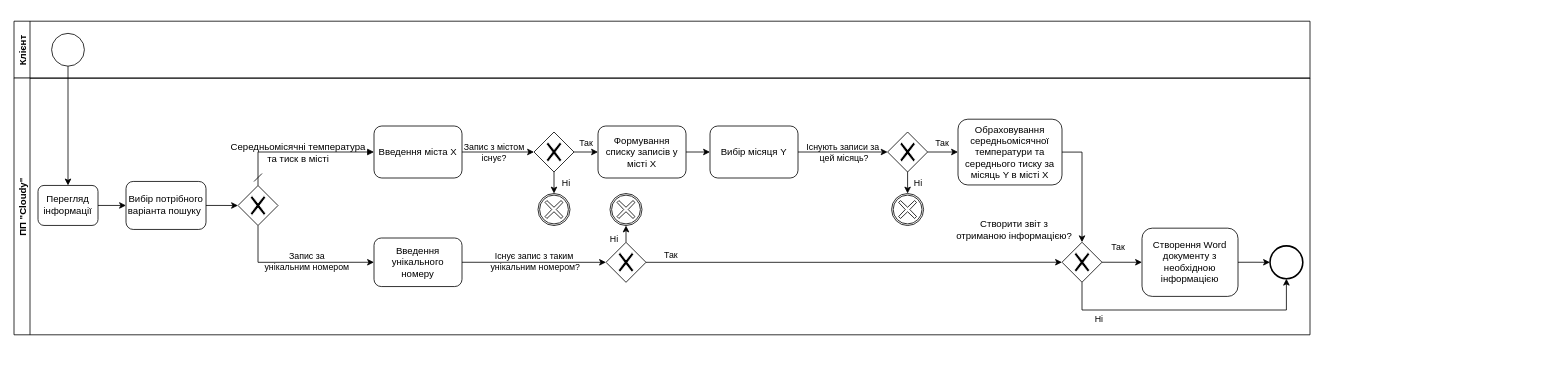
Before: page "BPMN" (1 of 2) of BPMN i IDEF0.drawio in godlyfrenemy/Cloudy, a draw.io diagram. Source tidied: cells renumbered, new cells numbered last; positions are measured from the earlier drawing's top-left corner, leaving out a move shared by most shapes. Both pictures are drawn from the tidied source at 80%, with x=0, y=0 at pixel (14, 14).
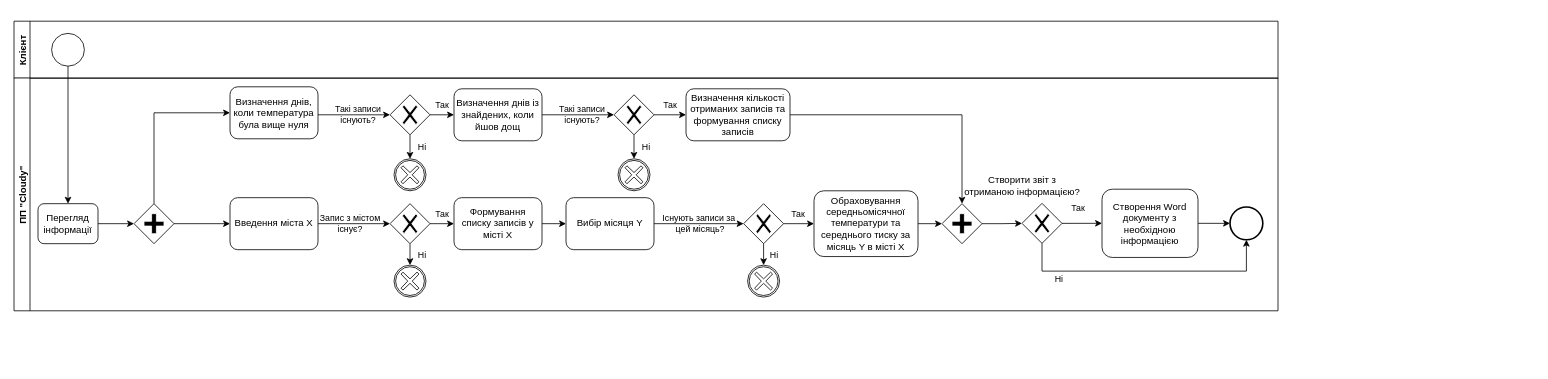
The same diagram, later.

Commit message (it also covers changes not shown here):
Corrected info

The change refers to these unchanged cells:
```xml
<mxCell id="4" style="ellipse;whiteSpace=wrap;html=1;" parent="3" vertex="1">
  <mxGeometry x="47" y="15.2" width="41" height="41" as="geometry" />
</mxCell>
```

Diff of the diagram source:
```diff
@@
     <mxCell id="2" style="group;" parent="1" vertex="1">
-      <mxGeometry y="-0.3" width="1900" height="420" as="geometry" />
+      <mxGeometry y="-0.3" width="1900" height="439.6" as="geometry" />
     </mxCell>
     <mxCell id="3" value="Клієнт" style="swimlane;startSize=20;horizontal=0;" parent="2" vertex="1">
-      <mxGeometry y="9.3" width="1620" height="71.3" as="geometry" />
+      <mxGeometry y="9.3" width="1580" height="71.3" as="geometry" />
     </mxCell>
@@
-    <mxCell id="5" value="Ні" style="edgeStyle=orthogonalEdgeStyle;rounded=0;jettySize=auto;html=1;exitX=0.5;exitY=0;exitDx=0;exitDy=0;entryX=0.5;entryY=1;entryDx=0;entryDy=0;labelBackgroundColor=none;" parent="2" edge="1" source="6" target="7">
-      <mxGeometry x="-0.59" y="15" relative="1" as="geometry" />
-    </mxCell>
-    <mxCell id="6" style="shape=mxgraph.bpmn.shape;html=1;verticalLabelPosition=bottom;labelBackgroundColor=#ffffff;verticalAlign=top;align=center;perimeter=rhombusPerimeter;background=gateway;outlineConnect=0;outline=none;symbol=exclusiveGw;" parent="2" vertex="1">
-      <mxGeometry x="740" y="285.7" width="50" height="50" as="geometry" />
-    </mxCell>
-    <mxCell id="7" style="shape=mxgraph.bpmn.shape;html=1;verticalLabelPosition=bottom;labelBackgroundColor=#ffffff;verticalAlign=top;align=center;perimeter=ellipsePerimeter;outlineConnect=0;outline=boundInt;symbol=cancel;" parent="2" vertex="1">
-      <mxGeometry x="745" y="224.7" width="40" height="40" as="geometry" />
-    </mxCell>
     <mxCell id="8" style="shape=mxgraph.bpmn.shape;html=1;verticalLabelPosition=bottom;labelBackgroundColor=#ffffff;verticalAlign=top;align=center;perimeter=rhombusPerimeter;background=gateway;outlineConnect=0;outline=none;symbol=exclusiveGw;" parent="2" vertex="1">
-      <mxGeometry x="1092" y="147.8" width="50" height="50" as="geometry" />
+      <mxGeometry x="912" y="237.4" width="50" height="50" as="geometry" />
     </mxCell>
     <mxCell id="9" style="shape=mxgraph.bpmn.shape;html=1;verticalLabelPosition=bottom;labelBackgroundColor=#ffffff;verticalAlign=top;align=center;perimeter=ellipsePerimeter;outlineConnect=0;outline=boundInt;symbol=cancel;" parent="2" vertex="1">
-      <mxGeometry x="1097" y="224.7" width="40" height="40" as="geometry" />
+      <mxGeometry x="917" y="314.2" width="40" height="40" as="geometry" />
     </mxCell>
@@
     <mxCell id="11" value="Обраховування середньомісячної температури та середнього тиску за місяць Y в місті Х" style="shape=ext;rounded=1;html=1;whiteSpace=wrap;" parent="2" vertex="1">
-      <mxGeometry x="1180" y="131.8" width="130" height="82.2" as="geometry" />
+      <mxGeometry x="1000" y="221.3" width="130" height="82.2" as="geometry" />
     </mxCell>
@@
     <mxCell id="13" value="Створити звіт з &lt;br&gt;отриманою інформацією?" style="text;html=1;align=center;verticalAlign=middle;" parent="2" vertex="1">
-      <mxGeometry x="1170" y="255.7" width="160" height="30" as="geometry" />
+      <mxGeometry x="1180" y="199.9" width="160" height="30" as="geometry" />
     </mxCell>
-    <mxCell id="14" value="Середньомісячні температура &lt;br&gt;та тиск в місті" style="text;html=1;align=center;verticalAlign=middle;" parent="2" vertex="1">
-      <mxGeometry x="265" y="157.8" width="180" height="30" as="geometry" />
-    </mxCell>
-    <mxCell id="15" style="shape=mxgraph.bpmn.shape;html=1;verticalLabelPosition=bottom;labelBackgroundColor=#ffffff;verticalAlign=top;align=center;perimeter=rhombusPerimeter;background=gateway;outlineConnect=0;outline=none;symbol=exclusiveGw;" parent="2" vertex="1">
-      <mxGeometry x="280" y="214.7" width="50" height="50" as="geometry" />
-    </mxCell>
     <mxCell id="16" style="shape=mxgraph.bpmn.shape;html=1;verticalLabelPosition=bottom;labelBackgroundColor=#ffffff;verticalAlign=top;align=center;perimeter=rhombusPerimeter;background=gateway;outlineConnect=0;outline=none;symbol=exclusiveGw;" parent="2" vertex="1">
-      <mxGeometry x="650" y="147.8" width="50" height="50" as="geometry" />
+      <mxGeometry x="470" y="237.4" width="50" height="50" as="geometry" />
     </mxCell>
     <mxCell id="17" style="shape=mxgraph.bpmn.shape;html=1;verticalLabelPosition=bottom;labelBackgroundColor=#ffffff;verticalAlign=top;align=center;perimeter=ellipsePerimeter;outlineConnect=0;outline=boundInt;symbol=cancel;" parent="2" vertex="1">
-      <mxGeometry x="655" y="224.7" width="40" height="40" as="geometry" />
+      <mxGeometry x="475" y="314.2" width="40" height="40" as="geometry" />
     </mxCell>
@@
     <mxCell id="19" value="Формування списку записів у місті Х" style="shape=ext;rounded=1;html=1;whiteSpace=wrap;" parent="2" vertex="1">
-      <mxGeometry x="730" y="140.3" width="110" height="65" as="geometry" />
+      <mxGeometry x="550" y="229.9" width="110" height="65" as="geometry" />
     </mxCell>
@@
+    <mxCell id="44" style="edgeStyle=orthogonalEdgeStyle;rounded=0;jettySize=auto;html=1;exitX=0.5;exitY=0;exitDx=0;exitDy=0;entryX=0;entryY=0.5;entryDx=0;entryDy=0;" parent="2" edge="1" source="45" target="46">
+      <mxGeometry relative="1" as="geometry" />
+    </mxCell>
+    <mxCell id="45" style="shape=mxgraph.bpmn.shape;html=1;verticalLabelPosition=bottom;labelBackgroundColor=#ffffff;verticalAlign=top;align=center;perimeter=rhombusPerimeter;background=gateway;outlineConnect=0;outline=none;symbol=parallelGw;" parent="2" vertex="1">
+      <mxGeometry x="150" y="237.4" width="50" height="50" as="geometry" />
+    </mxCell>
+    <mxCell id="46" value="Визначення днів, коли температура була вище нуля" style="shape=ext;rounded=1;html=1;whiteSpace=wrap;" parent="2" vertex="1">
+      <mxGeometry x="270" y="91.3" width="110" height="65" as="geometry" />
+    </mxCell>
+    <mxCell id="47" value="Визначення днів із знайдених, коли йшов дощ" style="shape=ext;rounded=1;html=1;whiteSpace=wrap;" parent="2" vertex="1">
+      <mxGeometry x="550" y="93.8" width="110" height="65" as="geometry" />
+    </mxCell>
+    <mxCell id="48" style="shape=mxgraph.bpmn.shape;html=1;verticalLabelPosition=bottom;labelBackgroundColor=#ffffff;verticalAlign=top;align=center;perimeter=rhombusPerimeter;background=gateway;outlineConnect=0;outline=none;symbol=exclusiveGw;" parent="2" vertex="1">
+      <mxGeometry x="470" y="101.3" width="50" height="50" as="geometry" />
+    </mxCell>
+    <mxCell id="49" style="shape=mxgraph.bpmn.shape;html=1;verticalLabelPosition=bottom;labelBackgroundColor=#ffffff;verticalAlign=top;align=center;perimeter=ellipsePerimeter;outlineConnect=0;outline=boundInt;symbol=cancel;" parent="2" vertex="1">
+      <mxGeometry x="475" y="181.3" width="40" height="40" as="geometry" />
+    </mxCell>
+    <mxCell id="50" value="Ні" style="edgeStyle=orthogonalEdgeStyle;rounded=0;jettySize=auto;html=1;exitX=0.5;exitY=1;exitDx=0;exitDy=0;entryX=0.5;entryY=0;entryDx=0;entryDy=0;" parent="2" edge="1" source="48" target="49">
+      <mxGeometry x="0.01" y="15" relative="1" as="geometry" />
+    </mxCell>
+    <mxCell id="51" value="Так" style="edgeStyle=orthogonalEdgeStyle;rounded=0;jettySize=auto;html=1;exitX=1;exitY=0.5;exitDx=0;exitDy=0;" parent="2" edge="1" source="48">
+      <mxGeometry y="12" relative="1" as="geometry">
+        <mxPoint x="550" y="126.3" as="targetPoint" />
+      </mxGeometry>
+    </mxCell>
+    <mxCell id="52" value="Такі записи &lt;br&gt;існують?" style="edgeStyle=orthogonalEdgeStyle;rounded=0;jettySize=auto;html=1;exitX=1;exitY=0.5;exitDx=0;exitDy=0;entryX=0;entryY=0.5;entryDx=0;entryDy=0;labelBackgroundColor=none;" parent="2" edge="1" target="48">
+      <mxGeometry x="0.11" relative="1" as="geometry">
+        <mxPoint x="380" y="126.3" as="sourcePoint" />
+        <Array as="points">
+          <mxPoint x="440" y="126.8" />
+          <mxPoint x="440" y="126.8" />
+        </Array>
+      </mxGeometry>
+    </mxCell>
+    <mxCell id="53" style="shape=mxgraph.bpmn.shape;html=1;verticalLabelPosition=bottom;labelBackgroundColor=#ffffff;verticalAlign=top;align=center;perimeter=rhombusPerimeter;background=gateway;outlineConnect=0;outline=none;symbol=exclusiveGw;" parent="2" vertex="1">
+      <mxGeometry x="750" y="101.3" width="50" height="50" as="geometry" />
+    </mxCell>
+    <mxCell id="54" style="shape=mxgraph.bpmn.shape;html=1;verticalLabelPosition=bottom;labelBackgroundColor=#ffffff;verticalAlign=top;align=center;perimeter=ellipsePerimeter;outlineConnect=0;outline=boundInt;symbol=cancel;" parent="2" vertex="1">
+      <mxGeometry x="755" y="181.3" width="40" height="40" as="geometry" />
+    </mxCell>
+    <mxCell id="55" value="Ні" style="edgeStyle=orthogonalEdgeStyle;rounded=0;jettySize=auto;html=1;exitX=0.5;exitY=1;exitDx=0;exitDy=0;entryX=0.5;entryY=0;entryDx=0;entryDy=0;" parent="2" edge="1" source="53" target="54">
+      <mxGeometry x="0.01" y="15" relative="1" as="geometry" />
+    </mxCell>
+    <mxCell id="34" value="Так" style="edgeStyle=orthogonalEdgeStyle;rounded=0;jettySize=auto;html=1;exitX=1;exitY=0.5;exitDx=0;exitDy=0;entryX=0;entryY=0.5;entryDx=0;entryDy=0;" parent="2" edge="1" source="53" target="58">
+      <mxGeometry y="12" relative="1" as="geometry" />
+    </mxCell>
+    <mxCell id="56" value="Такі записи &lt;br&gt;існують?" style="edgeStyle=orthogonalEdgeStyle;rounded=0;jettySize=auto;html=1;exitX=1;exitY=0.5;exitDx=0;exitDy=0;entryX=0;entryY=0.5;entryDx=0;entryDy=0;labelBackgroundColor=none;" parent="2" edge="1" target="53">
+      <mxGeometry x="0.11" relative="1" as="geometry">
+        <mxPoint x="660" y="126.3" as="sourcePoint" />
+        <Array as="points">
+          <mxPoint x="720" y="126.8" />
+          <mxPoint x="720" y="126.8" />
+        </Array>
+      </mxGeometry>
+    </mxCell>
+    <mxCell id="57" style="edgeStyle=orthogonalEdgeStyle;rounded=0;jettySize=auto;html=1;exitX=1;exitY=0.5;exitDx=0;exitDy=0;entryX=0.5;entryY=0;entryDx=0;entryDy=0;" parent="2" edge="1" source="58" target="59">
+      <mxGeometry relative="1" as="geometry" />
+    </mxCell>
+    <mxCell id="58" value="Визначення кількості отриманих записів та формування списку записів" style="shape=ext;rounded=1;html=1;whiteSpace=wrap;" parent="2" vertex="1">
+      <mxGeometry x="840" y="93.8" width="130" height="65" as="geometry" />
+    </mxCell>
+    <mxCell id="59" style="shape=mxgraph.bpmn.shape;html=1;verticalLabelPosition=bottom;labelBackgroundColor=#ffffff;verticalAlign=top;align=center;perimeter=rhombusPerimeter;background=gateway;outlineConnect=0;outline=none;symbol=parallelGw;" parent="2" vertex="1">
+      <mxGeometry x="1160" y="237.4" width="50" height="50" as="geometry" />
+    </mxCell>
+    <mxCell id="36" style="edgeStyle=orthogonalEdgeStyle;rounded=0;jettySize=auto;html=1;exitX=1;exitY=0.5;exitDx=0;exitDy=0;entryX=0;entryY=0.5;entryDx=0;entryDy=0;" parent="2" edge="1" source="11" target="59">
+      <mxGeometry relative="1" as="geometry" />
+    </mxCell>
     <mxCell id="21" value="Створення Word документу з необхідною інформацією" style="shape=ext;rounded=1;html=1;whiteSpace=wrap;" parent="2" vertex="1">
-      <mxGeometry x="1410" y="268" width="120" height="85.3" as="geometry" />
+      <mxGeometry x="1360" y="219.3" width="120" height="85.3" as="geometry" />
     </mxCell>
     <mxCell id="22" style="ellipse;whiteSpace=wrap;html=1;strokeWidth=2;" parent="2" vertex="1">
-      <mxGeometry x="1570" y="290.2" width="41" height="41" as="geometry" />
+      <mxGeometry x="1520" y="241.5" width="41" height="41" as="geometry" />
     </mxCell>
@@
+    <mxCell id="31" style="shape=mxgraph.bpmn.shape;html=1;verticalLabelPosition=bottom;labelBackgroundColor=#ffffff;verticalAlign=top;align=center;perimeter=rhombusPerimeter;background=gateway;outlineConnect=0;outline=none;symbol=exclusiveGw;" parent="2" vertex="1">
+      <mxGeometry x="1260" y="237" width="50" height="50" as="geometry" />
+    </mxCell>
+    <mxCell id="42" value="Так" style="edgeStyle=orthogonalEdgeStyle;rounded=0;jettySize=auto;html=1;exitX=1;exitY=0.5;exitDx=0;exitDy=0;entryX=0;entryY=0.5;entryDx=0;entryDy=0;" parent="2" edge="1" source="31" target="21">
+      <mxGeometry x="-0.2" y="19" relative="1" as="geometry" />
+    </mxCell>
+    <mxCell id="43" value="Ні" style="edgeStyle=orthogonalEdgeStyle;rounded=0;jettySize=auto;html=1;exitX=0.5;exitY=1;exitDx=0;exitDy=0;entryX=0.5;entryY=1;entryDx=0;entryDy=0;" parent="2" edge="1" source="31" target="22">
+      <mxGeometry x="-0.66" y="-11" relative="1" as="geometry">
+        <Array as="points">
+          <mxPoint x="1285" y="321.7" />
+          <mxPoint x="1540" y="321.7" />
+        </Array>
+      </mxGeometry>
+    </mxCell>
+    <mxCell id="60" style="edgeStyle=orthogonalEdgeStyle;rounded=0;jettySize=auto;html=1;exitX=1;exitY=0.5;exitDx=0;exitDy=0;entryX=0;entryY=0.5;entryDx=0;entryDy=0;" parent="2" edge="1" source="59" target="31">
+      <mxGeometry relative="1" as="geometry" />
+    </mxCell>
+    <mxCell id="26" value="Перегляд інформації" style="shape=ext;rounded=1;html=1;whiteSpace=wrap;" parent="2" vertex="1">
+      <mxGeometry x="30" y="237.4" width="75" height="50" as="geometry" />
+    </mxCell>
+    <mxCell id="32" style="endArrow=classic;html=1;entryX=0.5;entryY=0;entryDx=0;entryDy=0;exitX=0.5;exitY=1;exitDx=0;exitDy=0;" parent="2" edge="1" source="4" target="26">
+      <mxGeometry relative="1" as="geometry" />
+    </mxCell>
+    <mxCell id="25" style="edgeStyle=orthogonalEdgeStyle;rounded=0;jettySize=auto;html=1;exitX=1;exitY=0.5;exitDx=0;exitDy=0;entryX=0;entryY=0.5;entryDx=0;entryDy=0;" parent="2" edge="1" source="26" target="45">
+      <mxGeometry relative="1" as="geometry" />
+    </mxCell>
     <mxCell id="24" value="ПП &quot;Cloudy&quot;" style="swimlane;startSize=20;horizontal=0;" parent="1" vertex="1">
-      <mxGeometry y="80" width="1620" height="321" as="geometry" />
+      <mxGeometry y="80" width="1580" height="291" as="geometry" />
     </mxCell>
-    <mxCell id="25" style="edgeStyle=orthogonalEdgeStyle;rounded=0;jettySize=auto;html=1;exitX=1;exitY=0.5;exitDx=0;exitDy=0;entryX=0;entryY=0.5;entryDx=0;entryDy=0;" parent="24" edge="1" source="26" target="27">
-      <mxGeometry relative="1" as="geometry" />
-    </mxCell>
-    <mxCell id="26" value="Перегляд інформації" style="shape=ext;rounded=1;html=1;whiteSpace=wrap;" parent="24" vertex="1">
-      <mxGeometry x="30" y="134.3" width="75" height="50" as="geometry" />
-    </mxCell>
-    <mxCell id="27" value="Вибір потрібного варіанта пошуку&amp;nbsp;" style="shape=ext;rounded=1;html=1;whiteSpace=wrap;" parent="24" vertex="1">
-      <mxGeometry x="140" y="129.3" width="100" height="60" as="geometry" />
-    </mxCell>
     <mxCell id="28" value="Введення міста Х" style="shape=ext;rounded=1;html=1;whiteSpace=wrap;" parent="24" vertex="1">
-      <mxGeometry x="450" y="60" width="110" height="65" as="geometry" />
+      <mxGeometry x="270" y="149.6" width="110" height="65" as="geometry" />
     </mxCell>
-    <mxCell id="29" value="Введення унікального номеру" style="shape=ext;rounded=1;html=1;whiteSpace=wrap;" parent="24" vertex="1">
-      <mxGeometry x="450" y="200" width="110" height="60.7" as="geometry" />
-    </mxCell>
     <mxCell id="30" value="Вибір місяця Y" style="shape=ext;rounded=1;html=1;whiteSpace=wrap;" parent="24" vertex="1">
-      <mxGeometry x="870" y="60" width="110" height="65" as="geometry" />
+      <mxGeometry x="690" y="149.6" width="110" height="65" as="geometry" />
     </mxCell>
-    <mxCell id="31" style="shape=mxgraph.bpmn.shape;html=1;verticalLabelPosition=bottom;labelBackgroundColor=#ffffff;verticalAlign=top;align=center;perimeter=rhombusPerimeter;background=gateway;outlineConnect=0;outline=none;symbol=exclusiveGw;" parent="24" vertex="1">
-      <mxGeometry x="1310" y="205.3" width="50" height="50" as="geometry" />
-    </mxCell>
-    <mxCell id="32" style="endArrow=classic;html=1;entryX=0.5;entryY=0;entryDx=0;entryDy=0;exitX=0.5;exitY=1;exitDx=0;exitDy=0;" parent="1" edge="1" source="4" target="26">
-      <mxGeometry relative="1" as="geometry" />
-    </mxCell>
-    <mxCell id="33" value="Існує запис з таким&lt;br&gt;&amp;nbsp;унікальним номером?" style="edgeStyle=orthogonalEdgeStyle;rounded=0;jettySize=auto;html=1;exitX=1;exitY=0.5;exitDx=0;exitDy=0;entryX=0;entryY=0.5;entryDx=0;entryDy=0;labelBackgroundColor=none;" parent="1" edge="1" source="29" target="6">
-      <mxGeometry relative="1" as="geometry" />
-    </mxCell>
-    <mxCell id="34" value="Так" style="edgeStyle=orthogonalEdgeStyle;rounded=0;jettySize=auto;html=1;exitX=1;exitY=0.5;exitDx=0;exitDy=0;entryX=0;entryY=0.5;entryDx=0;entryDy=0;" parent="1" edge="1" source="6" target="31">
-      <mxGeometry x="-0.88" y="9" relative="1" as="geometry" />
-    </mxCell>
@@
-    <mxCell id="36" style="edgeStyle=orthogonalEdgeStyle;rounded=0;jettySize=auto;html=1;exitX=1;exitY=0.5;exitDx=0;exitDy=0;entryX=0.5;entryY=0;entryDx=0;entryDy=0;" parent="1" edge="1" source="11" target="31">
-      <mxGeometry relative="1" as="geometry" />
-    </mxCell>
-    <mxCell id="37" style="edgeStyle=orthogonalEdgeStyle;rounded=0;jettySize=auto;html=1;exitX=1;exitY=0.5;exitDx=0;exitDy=0;entryX=0;entryY=0.5;entryDx=0;entryDy=0;" parent="1" edge="1" source="27" target="15">
-      <mxGeometry relative="1" as="geometry" />
-    </mxCell>
-    <mxCell id="38" value="Запис за &lt;br&gt;унікальним номером" style="edgeStyle=orthogonalEdgeStyle;rounded=0;jettySize=auto;html=1;exitX=0.5;exitY=1;exitDx=0;exitDy=0;entryX=0;entryY=0.5;entryDx=0;entryDy=0;labelBackgroundColor=none;" parent="1" edge="1" source="15" target="29">
-      <mxGeometry x="0.12" relative="1" as="geometry" />
-    </mxCell>
-    <mxCell id="39" style="startArrow=dash;startSize=8;endArrow=block;endFill=1;endSize=6;html=1;labelBackgroundColor=none;entryX=0;entryY=0.5;entryDx=0;entryDy=0;exitX=0.5;exitY=0;exitDx=0;exitDy=0;edgeStyle=orthogonalEdgeStyle;rounded=0;" parent="1" edge="1" source="15" target="28">
-      <mxGeometry relative="1" as="geometry" />
-    </mxCell>
     <mxCell id="40" value="Запис з містом&lt;br&gt;існує?" style="edgeStyle=orthogonalEdgeStyle;rounded=0;jettySize=auto;html=1;exitX=1;exitY=0.5;exitDx=0;exitDy=0;entryX=0;entryY=0.5;entryDx=0;entryDy=0;labelBackgroundColor=none;" parent="1" edge="1" source="28" target="16">
       <mxGeometry x="-0.11" relative="1" as="geometry">
         <Array as="points">
-          <mxPoint x="620" y="173" />
-          <mxPoint x="620" y="173" />
+          <mxPoint x="440" y="262.6" />
+          <mxPoint x="440" y="262.6" />
         </Array>
       </mxGeometry>
     </mxCell>
@@
-    <mxCell id="42" value="Так" style="edgeStyle=orthogonalEdgeStyle;rounded=0;jettySize=auto;html=1;exitX=1;exitY=0.5;exitDx=0;exitDy=0;entryX=0;entryY=0.5;entryDx=0;entryDy=0;" parent="1" edge="1" source="31" target="21">
-      <mxGeometry x="-0.2" y="19" relative="1" as="geometry" />
-    </mxCell>
-    <mxCell id="43" value="Ні" style="edgeStyle=orthogonalEdgeStyle;rounded=0;jettySize=auto;html=1;exitX=0.5;exitY=1;exitDx=0;exitDy=0;entryX=0.5;entryY=1;entryDx=0;entryDy=0;" parent="1" edge="1" source="31" target="22">
-      <mxGeometry x="-0.66" y="-11" relative="1" as="geometry">
-        <Array as="points">
-          <mxPoint x="1335" y="370" />
-          <mxPoint x="1590" y="370" />
-        </Array>
-      </mxGeometry>
-    </mxCell>
+    <mxCell id="61" style="edgeStyle=orthogonalEdgeStyle;rounded=0;jettySize=auto;html=1;exitX=1;exitY=0.5;exitDx=0;exitDy=0;entryX=0;entryY=0.5;entryDx=0;entryDy=0;" parent="1" edge="1" source="45" target="28">
+      <mxGeometry relative="1" as="geometry" />
+    </mxCell>
```
